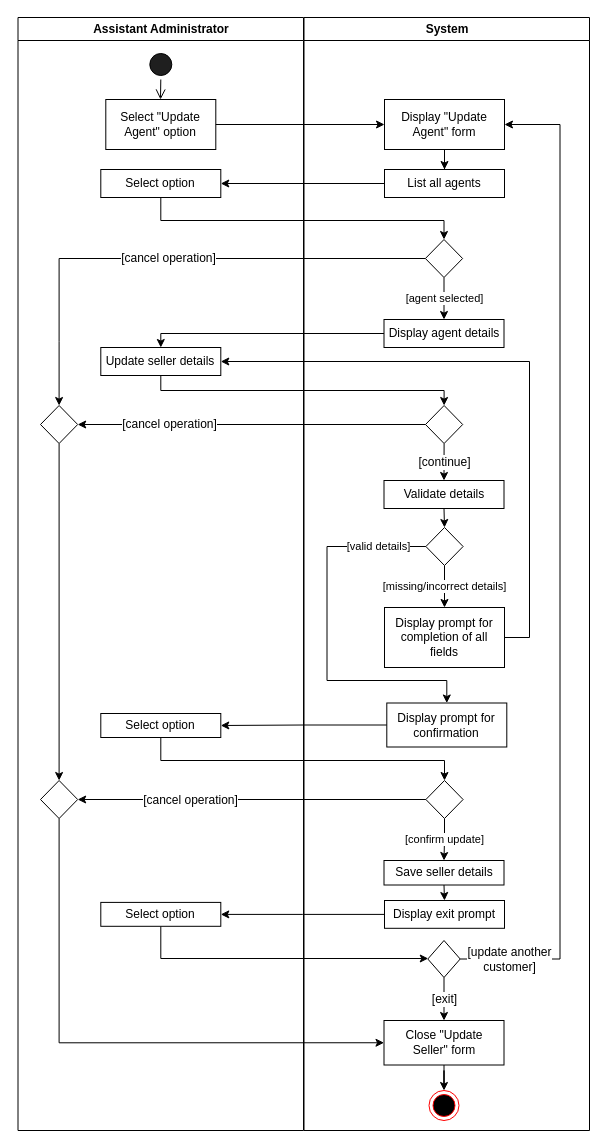
Above: 6 Update Agent.drawio in aliceypuff/5607_UML-diagrams (draw.io), before the change. Source tidied: cells renumbered, new cells numbered last; positions are measured from the earlier drawing's top-left corner, leaving out a move shared by most shapes. Both pictures are drawn from the tidied source at 100%, with x=0, y=0 at pixel (17, 17).
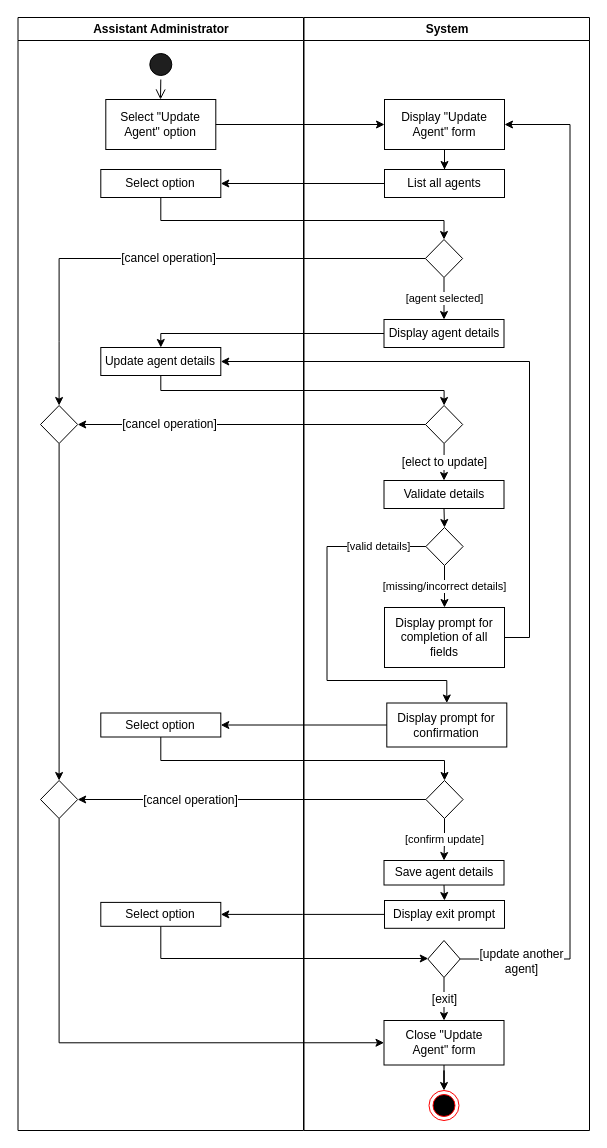
The same page after the edit.

Unchanged cells that the change refers to:
```xml
<mxCell id="2" value="Assistant Administrator" style="swimlane;whiteSpace=wrap;rounded=0;" parent="1" vertex="1">
  <mxGeometry x="0.5" width="285.5" height="1113" as="geometry" />
</mxCell>
<mxCell id="12" value="System" style="swimlane;whiteSpace=wrap;rounded=0;" parent="1" vertex="1">
  <mxGeometry x="286.5" width="285.5" height="1113" as="geometry" />
</mxCell>
<mxCell id="14" value="Display &quot;Update Agent&quot; form" style="whiteSpace=wrap;html=1;rounded=0;" parent="12" vertex="1">
  <mxGeometry x="80.5" y="82" width="120" height="50" as="geometry" />
</mxCell>
<mxCell id="20" style="rhombus;whiteSpace=wrap;html=1;rounded=0;" parent="12" vertex="1">
  <mxGeometry x="121.5" y="388" width="37.2" height="38" as="geometry" />
</mxCell>
<mxCell id="22" value="Validate details" style="whiteSpace=wrap;html=1;rounded=0;" parent="12" vertex="1">
  <mxGeometry x="80" y="463" width="120" height="28" as="geometry" />
</mxCell>
<mxCell id="28" style="rhombus;whiteSpace=wrap;html=1;rounded=0;" parent="12" vertex="1">
  <mxGeometry x="123.8" y="923" width="32.4" height="37" as="geometry" />
</mxCell>
```

Change to the diagram source:
```diff
@@
-    <mxCell id="7" value="Update seller details" style="whiteSpace=wrap;html=1;rounded=0;" parent="2" vertex="1">
+    <mxCell id="7" value="Update agent details" style="whiteSpace=wrap;html=1;rounded=0;" parent="2" vertex="1">
       <mxGeometry x="82.8" y="330" width="120" height="28" as="geometry" />
     </mxCell>
     <mxCell id="8" value="Select option" style="whiteSpace=wrap;html=1;rounded=0;" parent="2" vertex="1">
-      <mxGeometry x="82.8" y="696" width="120" height="24" as="geometry" />
+      <mxGeometry x="82.8" y="695.5" width="120" height="24" as="geometry" />
     </mxCell>
@@
-    <mxCell id="19" value="[continue]" style="edgeStyle=orthogonalEdgeStyle;rounded=0;jettySize=auto;html=1;exitX=0.5;exitY=1;exitDx=0;exitDy=0;entryX=0.5;entryY=0;entryDx=0;entryDy=0;fontFamily=Helvetica;fontSize=12;fontColor=default;" parent="12" edge="1" source="20" target="22">
+    <mxCell id="19" value="[elect to update]" style="edgeStyle=orthogonalEdgeStyle;rounded=0;jettySize=auto;html=1;exitX=0.5;exitY=1;exitDx=0;exitDy=0;entryX=0.5;entryY=0;entryDx=0;entryDy=0;fontFamily=Helvetica;fontSize=12;fontColor=default;" parent="12" edge="1" source="20" target="22">
       <mxGeometry relative="1" as="geometry" />
     </mxCell>
@@
-    <mxCell id="34" value="Close &quot;Update &lt;br&gt;Seller&quot; form" style="whiteSpace=wrap;html=1;rounded=0;" parent="12" vertex="1">
+    <mxCell id="34" value="Close &quot;Update &lt;br&gt;Agent&quot; form" style="whiteSpace=wrap;html=1;rounded=0;" parent="12" vertex="1">
       <mxGeometry x="80" y="1003" width="120" height="44.5" as="geometry" />
     </mxCell>
@@
-    <mxCell id="37" value="Save seller details" style="whiteSpace=wrap;html=1;rounded=0;" parent="12" vertex="1">
+    <mxCell id="37" value="Save agent details" style="whiteSpace=wrap;html=1;rounded=0;" parent="12" vertex="1">
       <mxGeometry x="80" y="843" width="120" height="24.5" as="geometry" />
     </mxCell>
@@
-    <mxCell id="41" value="[update another &lt;br&gt;customer]" style="edgeStyle=orthogonalEdgeStyle;rounded=0;jettySize=auto;html=1;exitX=1;exitY=0.5;exitDx=0;exitDy=0;fontFamily=Helvetica;fontSize=12;fontColor=default;entryX=1;entryY=0.5;entryDx=0;entryDy=0;" parent="12" edge="1" source="28" target="14">
-      <mxGeometry x="-0.9" relative="1" as="geometry">
+    <mxCell id="41" value="[update another &lt;br&gt;agent]" style="edgeStyle=orthogonalEdgeStyle;rounded=0;jettySize=auto;html=1;exitX=1;exitY=0.5;exitDx=0;exitDy=0;fontFamily=Helvetica;fontSize=12;fontColor=default;entryX=1;entryY=0.5;entryDx=0;entryDy=0;" parent="12" edge="1" source="28" target="14">
+      <mxGeometry x="-0.88" y="-1" relative="1" as="geometry">
         <Array as="points">
-          <mxPoint x="256" y="942" />
-          <mxPoint x="256" y="107" />
+          <mxPoint x="266" y="942" />
+          <mxPoint x="266" y="107" />
         </Array>
+        <mxPoint y="1" as="offset" />
       </mxGeometry>
     </mxCell>
```
